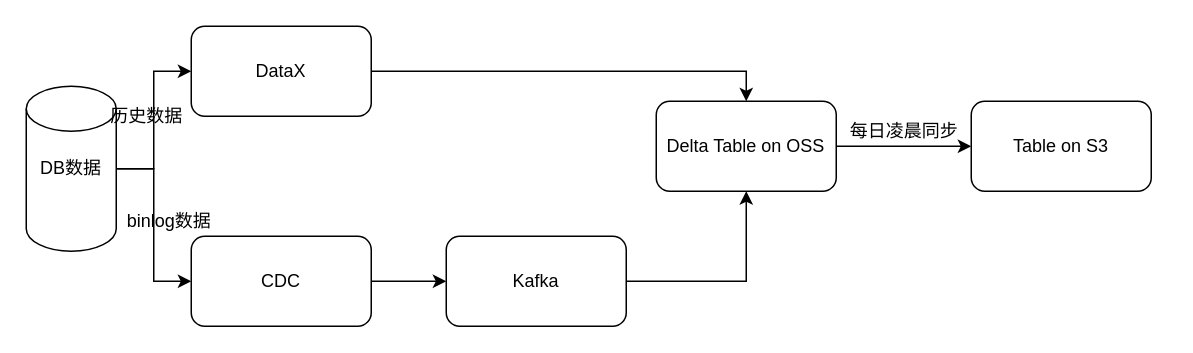
The draw.io diagram Untitled Diagram.drawio in zhangkuantian/InfoQ, before the edit. Source tidied: cells renumbered, new cells numbered last; positions are measured from the earlier drawing's top-left corner, leaving out a move shared by most shapes. Both pictures are drawn from the tidied source at 150%, with x=0, y=0 at pixel (26, 26).
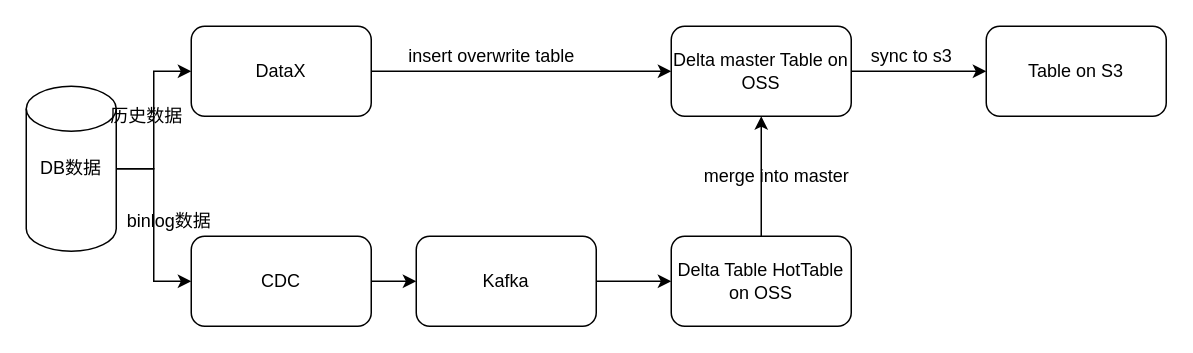
After the change.

The change refers to these unchanged cells:
```xml
<mxCell id="6" value="DataX" style="rounded=1;whiteSpace=wrap;html=1;" parent="1" vertex="1">
  <mxGeometry x="110" width="120" height="60" as="geometry" />
</mxCell>
```

What changed in the source:
```diff
@@
-    <mxCell id="5" style="edgeStyle=orthogonalEdgeStyle;rounded=0;jettySize=auto;html=1;entryX=0.5;entryY=0;entryDx=0;entryDy=0;" parent="1" edge="1" source="6" target="12">
-      <mxGeometry relative="1" as="geometry" />
-    </mxCell>
+    <mxCell id="17" style="edgeStyle=orthogonalEdgeStyle;rounded=0;jettySize=auto;html=1;entryX=0;entryY=0.5;entryDx=0;entryDy=0;" parent="1" edge="1" source="6" target="20">
+      <mxGeometry relative="1" as="geometry" />
+    </mxCell>
@@
-    <mxCell id="9" style="edgeStyle=orthogonalEdgeStyle;rounded=0;jettySize=auto;html=1;entryX=0.5;entryY=1;entryDx=0;entryDy=0;" parent="1" edge="1" source="10" target="12">
+    <mxCell id="9" style="edgeStyle=orthogonalEdgeStyle;rounded=0;jettySize=auto;html=1;" parent="1" edge="1" source="10" target="12">
       <mxGeometry relative="1" as="geometry" />
     </mxCell>
     <mxCell id="10" value="Kafka" style="rounded=1;whiteSpace=wrap;html=1;" parent="1" vertex="1">
-      <mxGeometry x="280" y="140" width="120" height="60" as="geometry" />
+      <mxGeometry x="260" y="140" width="120" height="60" as="geometry" />
     </mxCell>
-    <mxCell id="11" style="edgeStyle=orthogonalEdgeStyle;rounded=0;jettySize=auto;html=1;" parent="1" edge="1" source="12" target="13">
-      <mxGeometry relative="1" as="geometry" />
-    </mxCell>
+    <mxCell id="18" style="edgeStyle=orthogonalEdgeStyle;rounded=0;jettySize=auto;html=1;" parent="1" edge="1" source="12" target="20">
+      <mxGeometry relative="1" as="geometry" />
+    </mxCell>
-    <mxCell id="12" value="Delta Table on OSS" style="rounded=1;whiteSpace=wrap;html=1;" parent="1" vertex="1">
-      <mxGeometry x="420" y="50" width="120" height="60" as="geometry" />
+    <mxCell id="12" value="Delta Table HotTable on OSS" style="rounded=1;whiteSpace=wrap;html=1;" parent="1" vertex="1">
+      <mxGeometry x="430" y="140" width="120" height="60" as="geometry" />
     </mxCell>
     <mxCell id="13" value="Table on S3" style="rounded=1;whiteSpace=wrap;html=1;" parent="1" vertex="1">
-      <mxGeometry x="630" y="50" width="120" height="60" as="geometry" />
+      <mxGeometry x="640" width="120" height="60" as="geometry" />
     </mxCell>
@@
-    <mxCell id="16" value="每日凌晨同步" style="text;html=1;align=center;verticalAlign=middle;" parent="1" vertex="1">
-      <mxGeometry x="540" y="60" width="90" height="20" as="geometry" />
-    </mxCell>
+    <mxCell id="19" style="edgeStyle=orthogonalEdgeStyle;rounded=0;jettySize=auto;html=1;entryX=0;entryY=0.5;entryDx=0;entryDy=0;" parent="1" edge="1" source="20" target="13">
+      <mxGeometry relative="1" as="geometry" />
+    </mxCell>
+    <mxCell id="20" value="Delta master Table on OSS" style="rounded=1;whiteSpace=wrap;html=1;" parent="1" vertex="1">
+      <mxGeometry x="430" width="120" height="60" as="geometry" />
+    </mxCell>
+    <mxCell id="21" value="merge into master" style="text;html=1;align=center;verticalAlign=middle;" parent="1" vertex="1">
+      <mxGeometry x="445" y="90" width="110" height="20" as="geometry" />
+    </mxCell>
+    <mxCell id="22" value="insert overwrite table" style="text;html=1;align=center;verticalAlign=middle;" parent="1" vertex="1">
+      <mxGeometry x="245" y="10" width="130" height="20" as="geometry" />
+    </mxCell>
+    <mxCell id="23" value="sync to s3" style="text;html=1;align=center;verticalAlign=middle;" parent="1" vertex="1">
+      <mxGeometry x="555" y="10" width="70" height="20" as="geometry" />
+    </mxCell>
```
